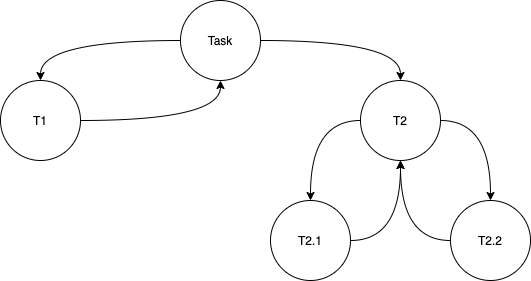
Earlier version of the draw.io export static/img/thread_concurrent/fork-join.png (h2cone/blog). Source tidied: cells renumbered, new cells last; positions are measured from the earlier drawing's top-left corner, leaving out a move shared by most shapes.
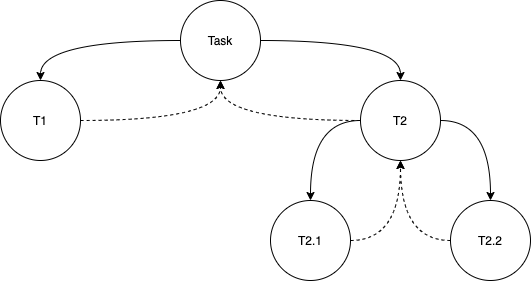
Later version of the same file.

The edit, as a diff of the source:
```diff
@@ -11,7 +11,7 @@
     <mxCell id="4" value="Task" style="ellipse;whiteSpace=wrap;html=1;" parent="1" vertex="1">
       <mxGeometry x="180" width="80" height="80" as="geometry" />
     </mxCell>
-    <mxCell id="5" style="edgeStyle=orthogonalEdgeStyle;rounded=0;jettySize=auto;html=1;curved=1;entryX=0.5;entryY=1;entryDx=0;entryDy=0;" parent="1" edge="1" source="6" target="4">
+    <mxCell id="5" style="edgeStyle=orthogonalEdgeStyle;rounded=0;jettySize=auto;html=1;curved=1;entryX=0.5;entryY=1;entryDx=0;entryDy=0;dashed=1;" parent="1" edge="1" source="6" target="4">
       <mxGeometry relative="1" as="geometry" />
     </mxCell>
     <mxCell id="6" value="T1" style="ellipse;whiteSpace=wrap;html=1;" parent="1" vertex="1">
@@ -23,10 +23,13 @@
     <mxCell id="8" style="edgeStyle=orthogonalEdgeStyle;curved=1;rounded=0;jettySize=auto;html=1;entryX=0.5;entryY=0;entryDx=0;entryDy=0;" parent="1" edge="1" source="9" target="13">
       <mxGeometry relative="1" as="geometry" />
     </mxCell>
+    <mxCell id="14" style="edgeStyle=orthogonalEdgeStyle;rounded=0;jettySize=auto;html=1;entryX=0.5;entryY=1;entryDx=0;entryDy=0;dashed=1;curved=1;" parent="1" edge="1" source="9" target="4">
+      <mxGeometry relative="1" as="geometry" />
+    </mxCell>
     <mxCell id="9" value="T2" style="ellipse;whiteSpace=wrap;html=1;" parent="1" vertex="1">
       <mxGeometry x="360" y="80" width="80" height="80" as="geometry" />
     </mxCell>
-    <mxCell id="10" style="edgeStyle=orthogonalEdgeStyle;curved=1;rounded=0;jettySize=auto;html=1;exitX=0;exitY=0.5;exitDx=0;exitDy=0;" parent="1" edge="1" source="11">
+    <mxCell id="10" style="edgeStyle=orthogonalEdgeStyle;curved=1;rounded=0;jettySize=auto;html=1;exitX=0;exitY=0.5;exitDx=0;exitDy=0;dashed=1;" parent="1" edge="1" source="11">
       <mxGeometry relative="1" as="geometry">
         <mxPoint x="400" y="160" as="targetPoint" />
       </mxGeometry>
@@ -34,7 +37,7 @@
     <mxCell id="11" value="T2.2" style="ellipse;whiteSpace=wrap;html=1;" parent="1" vertex="1">
       <mxGeometry x="450" y="200" width="80" height="80" as="geometry" />
     </mxCell>
-    <mxCell id="12" style="edgeStyle=orthogonalEdgeStyle;curved=1;rounded=0;jettySize=auto;html=1;entryX=0.5;entryY=1;entryDx=0;entryDy=0;" parent="1" edge="1" source="13" target="9">
+    <mxCell id="12" style="edgeStyle=orthogonalEdgeStyle;curved=1;rounded=0;jettySize=auto;html=1;entryX=0.5;entryY=1;entryDx=0;entryDy=0;dashed=1;" parent="1" edge="1" source="13" target="9">
       <mxGeometry relative="1" as="geometry" />
     </mxCell>
     <mxCell id="13" value="T2.1" style="ellipse;whiteSpace=wrap;html=1;" parent="1" vertex="1">
```
